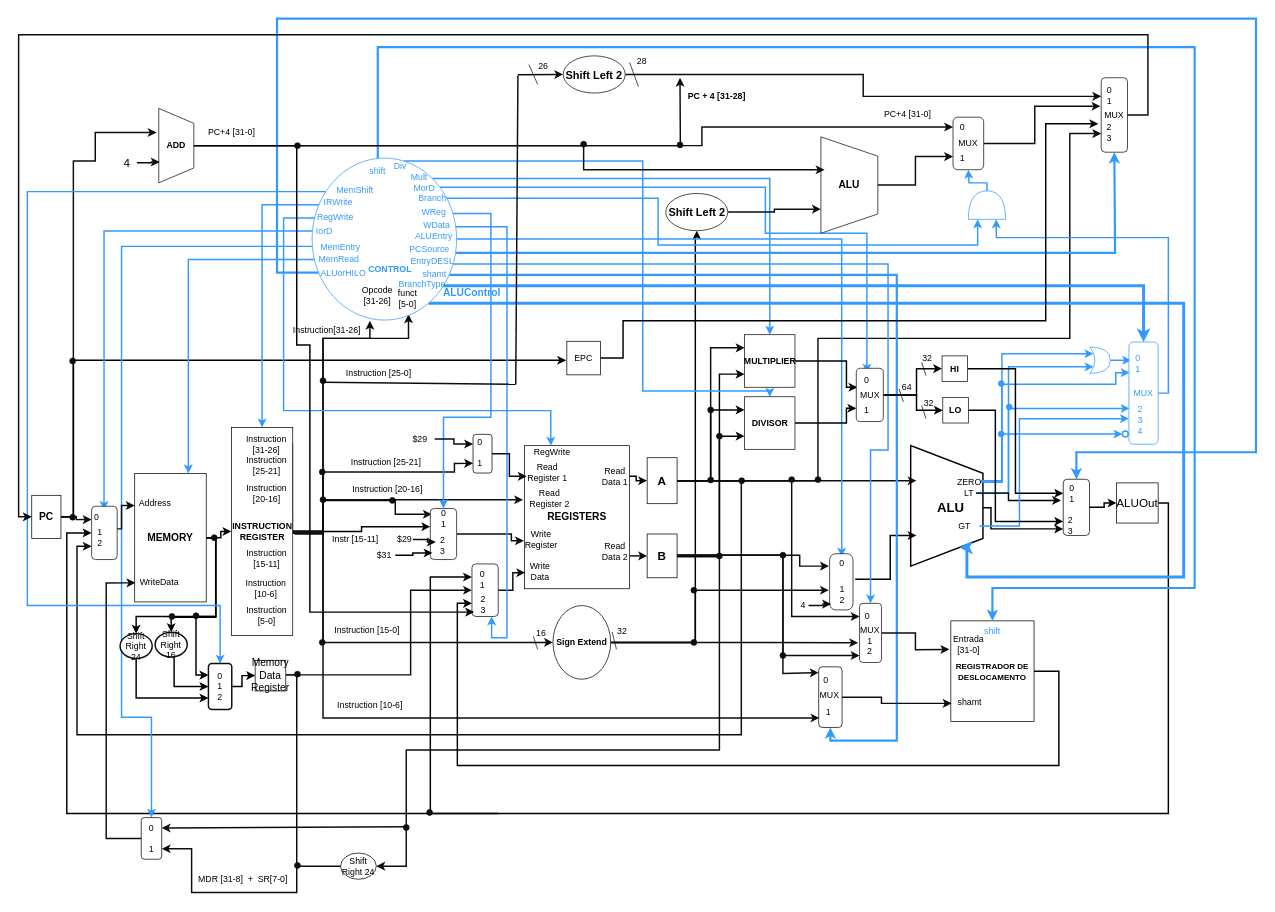
This is MIPS Last Version.drawio from yuridrcosta/oac-projeto, a draw.io file, before an edit. Source tidied: cells renumbered, new cells numbered last; positions are measured from the earlier drawing's top-left corner, leaving out a move shared by most shapes. Both pictures are drawn from the tidied source at 73%, with x=0, y=0 at pixel (18, 18).
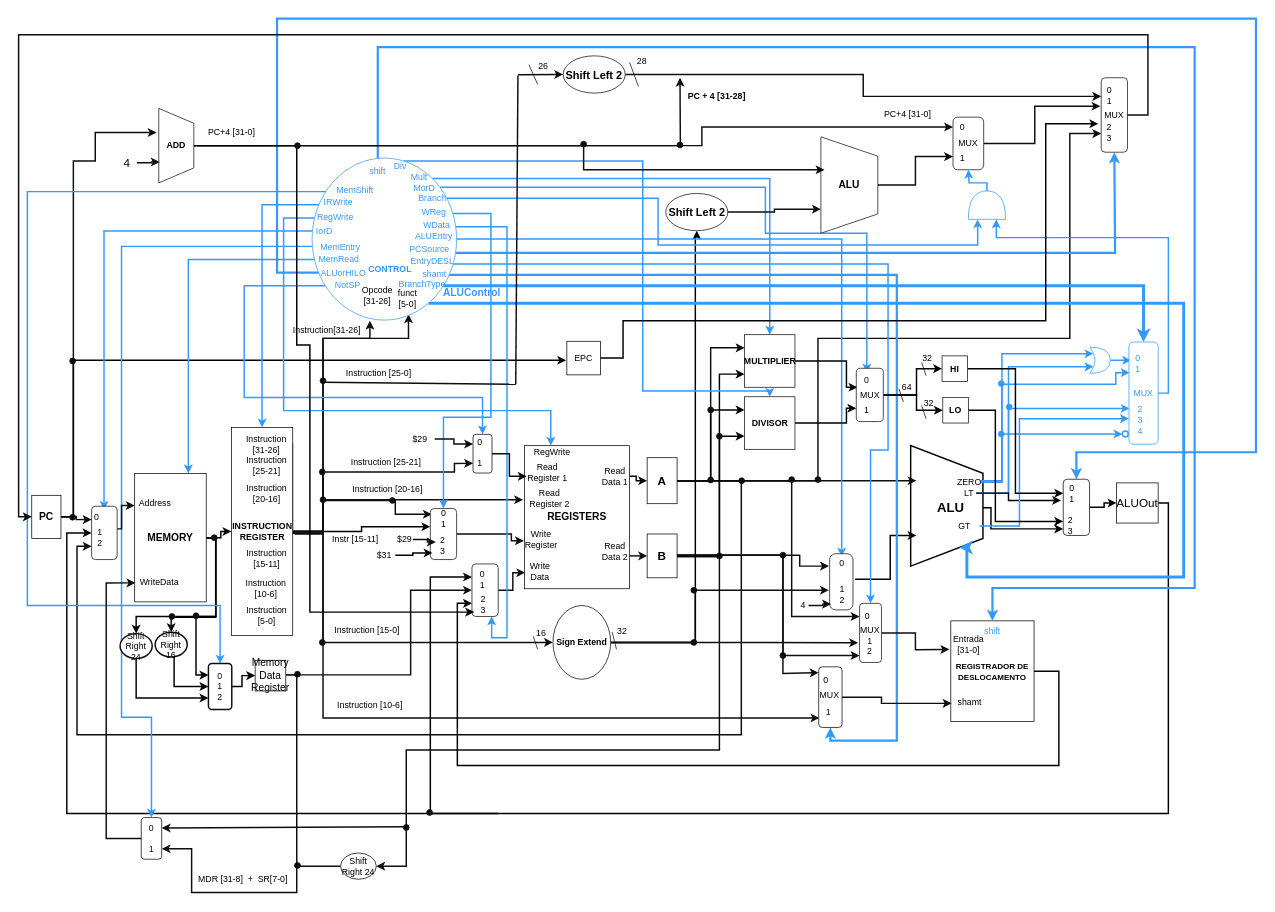
The same diagram, later.

Unchanged cells that the change refers to:
```xml
<mxCell id="83" style="ellipse;whiteSpace=wrap;html=1;strokeColor=#3399FF;direction=south;" parent="1" vertex="1">
  <mxGeometry x="402" y="191" width="198" height="222" as="geometry" />
</mxCell>
<mxCell id="264" style="rounded=1;whiteSpace=wrap;html=1;rotation=90;arcSize=15;" parent="1" vertex="1">
  <mxGeometry x="609" y="583" width="53" height="26" as="geometry" />
</mxCell>
```

Change to the diagram source:
```diff
@@
+    <mxCell id="281" style="edgeStyle=orthogonalEdgeStyle;rounded=0;jettySize=auto;html=1;entryX=0;entryY=0.5;entryDx=0;entryDy=0;strokeColor=#3399FF;strokeWidth=2;" parent="1" edge="1" source="83" target="264">
+      <mxGeometry relative="1" as="geometry">
+        <Array as="points">
+          <mxPoint x="309" y="366" />
+          <mxPoint x="309" y="519" />
+          <mxPoint x="636" y="519" />
+        </Array>
+      </mxGeometry>
+    </mxCell>
@@
+    <mxCell id="282" value="&lt;font color=&quot;#3399ff&quot;&gt;NotSP&lt;/font&gt;" style="text;html=1;strokeColor=none;fillColor=none;align=center;verticalAlign=middle;whiteSpace=wrap;rounded=0;" parent="1" vertex="1">
+      <mxGeometry x="431" y="356" width="40" height="20" as="geometry" />
+    </mxCell>
```
